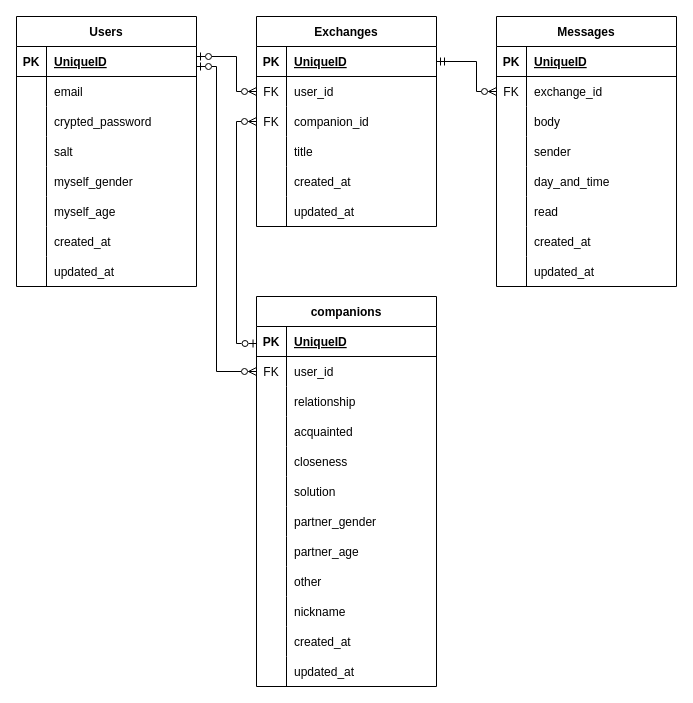
The draw.io diagram er.drawio in yutoi-git/message_eliminater, before the edit. Source tidied: cells renumbered, new cells numbered last; positions are measured from the earlier drawing's top-left corner, leaving out a move shared by most shapes. Both pictures are drawn from the tidied source at 100%, with x=0, y=0 at pixel (16, 16).
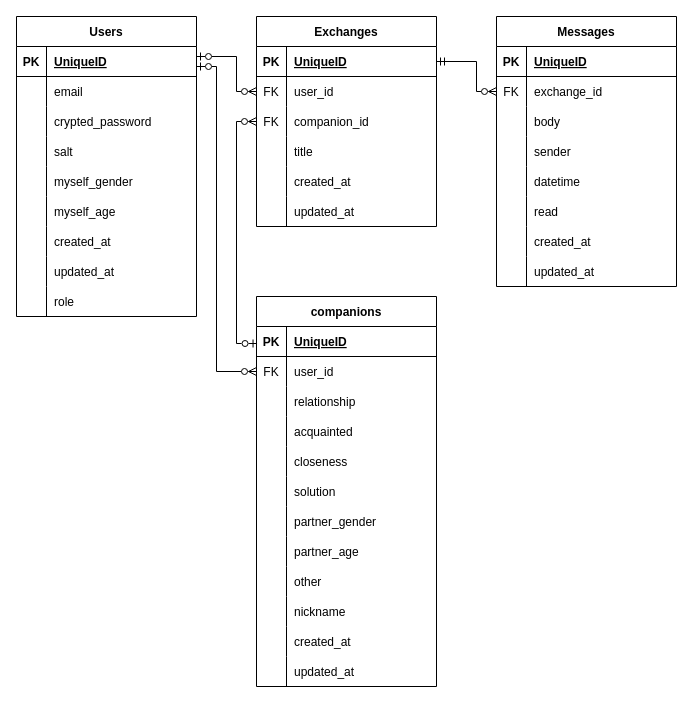
The same page after the edit.

Unchanged cells that the change refers to:
```xml
<mxCell id="59" style="shape=partialRectangle;fillColor=none;top=0;left=0;bottom=0;right=0;" parent="46" vertex="1">
  <mxGeometry y="150" width="180" height="30" as="geometry" />
</mxCell>
```

Diff of the diagram source:
```diff
@@
     <mxCell id="2" value="Users" style="shape=table;startSize=30;childLayout=tableLayout;rowLines=0;fontStyle=1;align=center;" parent="1" vertex="1">
-      <mxGeometry width="180" height="270" as="geometry" />
+      <mxGeometry width="180" height="300" as="geometry" />
     </mxCell>
@@
+    <mxCell id="112" style="shape=partialRectangle;fillColor=none;top=0;left=0;bottom=0;right=0;" parent="2" vertex="1">
+      <mxGeometry y="270" width="180" height="30" as="geometry" />
+    </mxCell>
+    <mxCell id="113" style="shape=partialRectangle;fillColor=none;top=0;left=0;bottom=0;right=0;overflow=hidden;" parent="112" vertex="1">
+      <mxGeometry width="30" height="30" as="geometry" />
+    </mxCell>
+    <mxCell id="114" value="role" style="shape=partialRectangle;fillColor=none;top=0;left=0;bottom=0;right=0;align=left;spacingLeft=6;overflow=hidden;" parent="112" vertex="1">
+      <mxGeometry x="30" width="150" height="30" as="geometry" />
+    </mxCell>
@@
-    <mxCell id="61" value="day_and_time" style="shape=partialRectangle;fillColor=none;top=0;left=0;bottom=0;right=0;align=left;spacingLeft=6;overflow=hidden;" parent="59" vertex="1">
+    <mxCell id="61" value="datetime" style="shape=partialRectangle;fillColor=none;top=0;left=0;bottom=0;right=0;align=left;spacingLeft=6;overflow=hidden;" parent="59" vertex="1">
       <mxGeometry x="30" width="150" height="30" as="geometry" />
     </mxCell>
```
